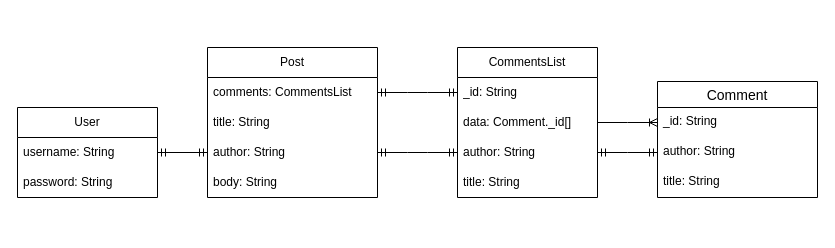
Earlier version of the draw.io diagram server/diagram.drawio (Belphin/posts-list-coop). Source tidied: cells renumbered, new cells numbered last; positions are measured from the earlier drawing's top-left corner, leaving out a move shared by most shapes. Both pictures are drawn from the tidied source at 100%, with x=0, y=0 at pixel (17, 47).
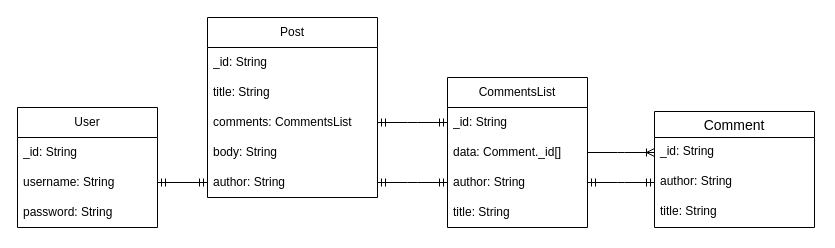
Above is the later version.

What changed in the source:
```diff
@@
     <mxCell id="2" value="Post" style="swimlane;fontStyle=0;horizontal=1;startSize=30;whiteSpace=wrap;html=1;" parent="1" vertex="1">
-      <mxGeometry x="190" width="170" height="150" as="geometry" />
+      <mxGeometry x="190" y="-30" width="170" height="180" as="geometry" />
     </mxCell>
+    <mxCell id="24" style="edgeStyle=none;html=1;" parent="2" edge="1" source="3" target="6">
+      <mxGeometry relative="1" as="geometry" />
+    </mxCell>
+    <mxCell id="25" value="_id: String&amp;nbsp;" style="text;strokeColor=none;fillColor=none;align=left;verticalAlign=middle;spacingLeft=4;spacingRight=4;overflow=hidden;whiteSpace=wrap;html=1;" parent="2" vertex="1">
+      <mxGeometry y="30" width="170" height="30" as="geometry" />
+    </mxCell>
+    <mxCell id="4" value="title: String" style="text;strokeColor=none;fillColor=none;align=left;verticalAlign=middle;spacingLeft=4;spacingRight=4;overflow=hidden;whiteSpace=wrap;html=1;" parent="2" vertex="1">
+      <mxGeometry y="60" width="170" height="30" as="geometry" />
+    </mxCell>
     <mxCell id="3" value="comments: CommentsList" style="text;strokeColor=none;fillColor=none;align=left;verticalAlign=middle;spacingLeft=4;spacingRight=4;overflow=hidden;points=[[0,0.5],[1,0.5]];portConstraint=eastwest;whiteSpace=wrap;html=1;" parent="2" vertex="1">
-      <mxGeometry y="30" width="170" height="30" as="geometry" />
+      <mxGeometry y="90" width="170" height="30" as="geometry" />
     </mxCell>
-    <mxCell id="4" value="title: String" style="text;strokeColor=none;fillColor=none;align=left;verticalAlign=middle;spacingLeft=4;spacingRight=4;overflow=hidden;whiteSpace=wrap;html=1;" parent="2" vertex="1">
-      <mxGeometry y="60" width="170" height="30" as="geometry" />
-    </mxCell>
+    <mxCell id="6" value="body: String" style="text;strokeColor=none;fillColor=none;align=left;verticalAlign=middle;spacingLeft=4;spacingRight=4;overflow=hidden;points=[[0,0.5],[1,0.5]];portConstraint=eastwest;whiteSpace=wrap;html=1;" parent="2" vertex="1">
+      <mxGeometry y="120" width="170" height="30" as="geometry" />
+    </mxCell>
     <mxCell id="5" value="author: String" style="text;strokeColor=none;fillColor=none;align=left;verticalAlign=middle;spacingLeft=4;spacingRight=4;overflow=hidden;points=[[0,0.5],[1,0.5]];portConstraint=eastwest;whiteSpace=wrap;html=1;" parent="2" vertex="1">
-      <mxGeometry y="90" width="170" height="30" as="geometry" />
+      <mxGeometry y="150" width="170" height="30" as="geometry" />
     </mxCell>
-    <mxCell id="6" value="body: String" style="text;strokeColor=none;fillColor=none;align=left;verticalAlign=middle;spacingLeft=4;spacingRight=4;overflow=hidden;points=[[0,0.5],[1,0.5]];portConstraint=eastwest;whiteSpace=wrap;html=1;" parent="2" vertex="1">
-      <mxGeometry y="120" width="170" height="30" as="geometry" />
-    </mxCell>
     <mxCell id="7" value="CommentsList" style="swimlane;fontStyle=0;horizontal=1;startSize=30;whiteSpace=wrap;html=1;" parent="1" vertex="1">
-      <mxGeometry x="440" width="140" height="150" as="geometry" />
+      <mxGeometry x="430" y="30" width="140" height="150" as="geometry" />
     </mxCell>
@@
     <mxCell id="12" value="User" style="swimlane;fontStyle=0;horizontal=1;startSize=30;whiteSpace=wrap;html=1;" parent="1" vertex="1">
-      <mxGeometry y="60" width="140" height="90" as="geometry" />
+      <mxGeometry y="60" width="140" height="120" as="geometry" />
     </mxCell>
+    <mxCell id="14" value="_id: String&amp;nbsp;" style="text;strokeColor=none;fillColor=none;align=left;verticalAlign=middle;spacingLeft=4;spacingRight=4;overflow=hidden;whiteSpace=wrap;html=1;" parent="12" vertex="1">
+      <mxGeometry y="30" width="140" height="30" as="geometry" />
+    </mxCell>
     <mxCell id="13" value="username: String" style="text;strokeColor=none;fillColor=none;align=left;verticalAlign=middle;spacingLeft=4;spacingRight=4;overflow=hidden;points=[[0,0.5],[1,0.5]];portConstraint=eastwest;whiteSpace=wrap;html=1;" parent="12" vertex="1">
-      <mxGeometry y="30" width="140" height="30" as="geometry" />
+      <mxGeometry y="60" width="140" height="30" as="geometry" />
     </mxCell>
-    <mxCell id="14" value="password: String" style="text;strokeColor=none;fillColor=none;align=left;verticalAlign=middle;spacingLeft=4;spacingRight=4;overflow=hidden;whiteSpace=wrap;html=1;" parent="12" vertex="1">
-      <mxGeometry y="60" width="140" height="30" as="geometry" />
-    </mxCell>
+    <mxCell id="26" value="password: String" style="text;strokeColor=none;fillColor=none;align=left;verticalAlign=middle;spacingLeft=4;spacingRight=4;overflow=hidden;whiteSpace=wrap;html=1;" parent="12" vertex="1">
+      <mxGeometry y="90" width="140" height="30" as="geometry" />
+    </mxCell>
@@
     <mxCell id="16" value="Comment" style="swimlane;fontStyle=0;horizontal=1;startSize=26;align=center;fontSize=14;" parent="1" vertex="1">
-      <mxGeometry x="640" y="34" width="160" height="116" as="geometry" />
+      <mxGeometry x="637" y="64" width="160" height="116" as="geometry" />
     </mxCell>
```
